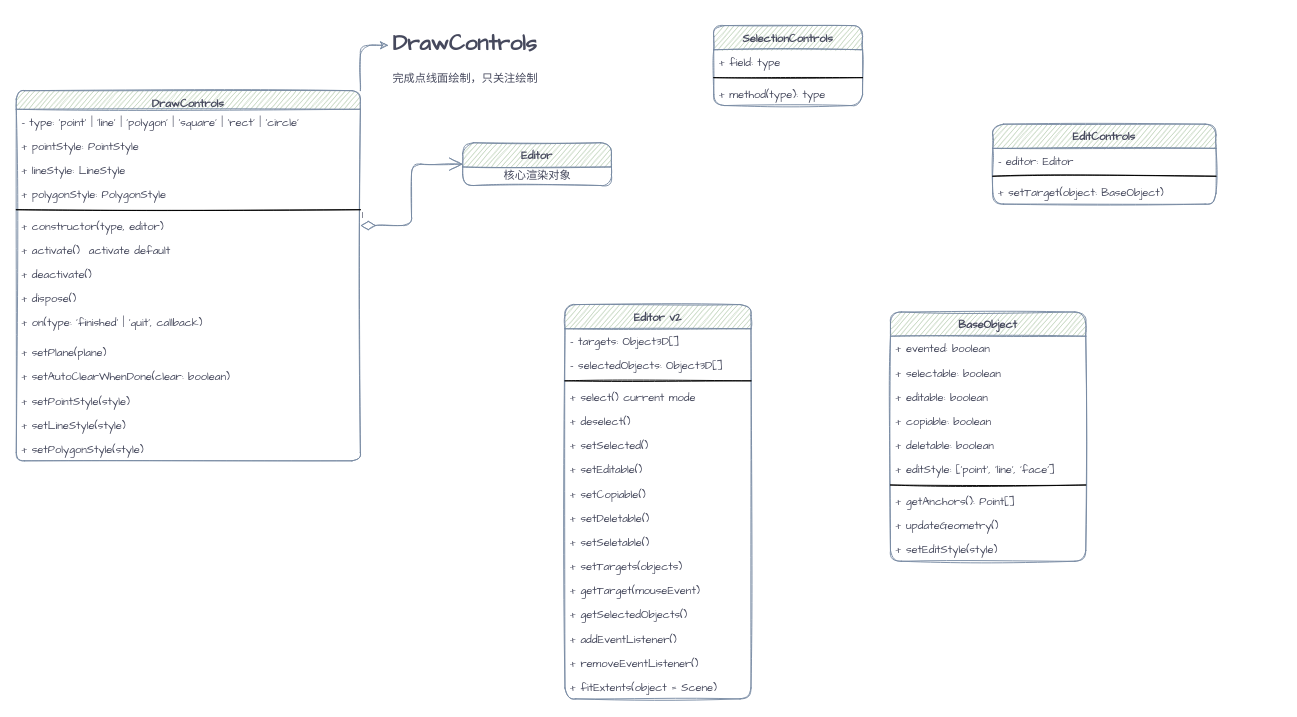
liuxinqiong/drawio keeps this draw.io diagram as page "第 2 页" (2 of 3) of 绘制区间线.drawio. Above is the earlier version. Source tidied: cells renumbered, new cells numbered last; positions are measured from the earlier drawing's top-left corner, leaving out a move shared by most shapes. Both pictures are drawn from the tidied source at 93%, with x=0, y=0 at pixel (16, 25).
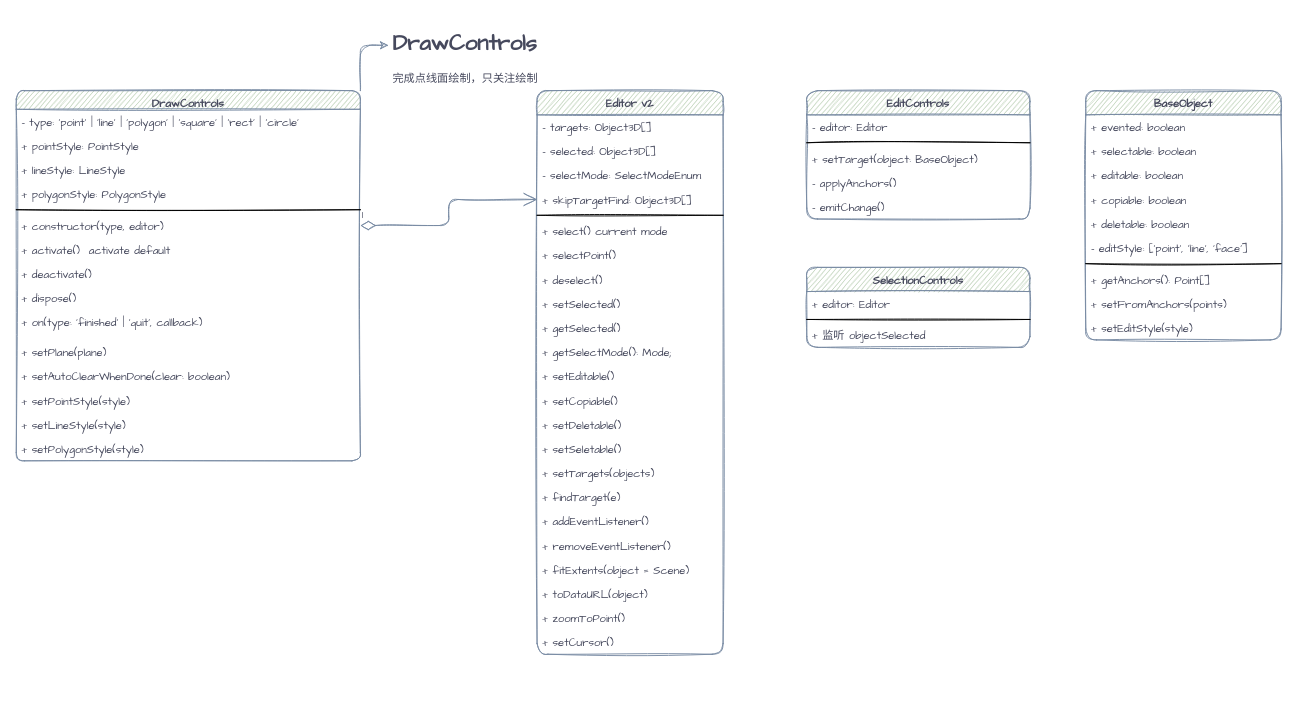
Above is the later version.

Commit message:
更新绘制区间线.drawio

The change refers to these unchanged cells:
```xml
<mxCell id="9" value="+ constructor(type, editor)" style="text;strokeColor=none;fillColor=none;align=left;verticalAlign=top;spacingLeft=4;spacingRight=4;overflow=hidden;points=[[0,0.5],[1,0.5]];portConstraint=eastwest;rounded=1;sketch=1;fontFamily=Comic Sans MS;fontColor=#46495D;" parent="3" vertex="1">
  <mxGeometry y="132" width="370" height="26" as="geometry" />
</mxCell>
```

The edit, as a diff of the source:
```diff
@@
-    <mxCell id="20" value="1" style="endArrow=open;html=1;endSize=12;startArrow=diamondThin;startSize=14;startFill=0;edgeStyle=orthogonalEdgeStyle;align=left;verticalAlign=bottom;rounded=1;sketch=1;fontFamily=Comic Sans MS;fontColor=#46495D;strokeColor=#788AA3;fillColor=#B2C9AB;curved=0;exitX=1;exitY=0.5;exitDx=0;exitDy=0;entryX=0;entryY=0.5;entryDx=0;entryDy=0;" parent="1" edge="1" source="9" target="21">
+    <mxCell id="20" value="1" style="endArrow=open;html=1;endSize=12;startArrow=diamondThin;startSize=14;startFill=0;edgeStyle=orthogonalEdgeStyle;align=left;verticalAlign=bottom;rounded=1;sketch=1;fontFamily=Comic Sans MS;fontColor=#46495D;strokeColor=#788AA3;fillColor=#B2C9AB;curved=0;exitX=1;exitY=0.5;exitDx=0;exitDy=0;entryX=0;entryY=0.5;entryDx=0;entryDy=0;" parent="1" edge="1" source="9" target="60">
       <mxGeometry x="-1" y="3" relative="1" as="geometry" />
     </mxCell>
-    <mxCell id="21" value="Editor" style="swimlane;fontStyle=1;align=center;verticalAlign=top;horizontal=1;startSize=26;rounded=1;sketch=1;fontFamily=Comic Sans MS;fontColor=#46495D;strokeColor=#788AA3;fillColor=#B2C9AB;" parent="1" vertex="1">
-      <mxGeometry x="480" y="126" width="160" height="46" as="geometry" />
-    </mxCell>
-    <mxCell id="22" value="核心渲染对象" style="text;html=1;align=center;verticalAlign=middle;strokeColor=none;fillColor=none;fontFamily=Comic Sans MS;fontColor=#46495D;" parent="21" vertex="1">
-      <mxGeometry y="26" width="160" height="20" as="geometry" />
-    </mxCell>
     <mxCell id="23" value="SelectionControls" style="swimlane;fontStyle=1;align=center;verticalAlign=top;horizontal=1;startSize=26;rounded=1;sketch=1;fontFamily=Comic Sans MS;fontColor=#46495D;strokeColor=#788AA3;fillColor=#B2C9AB;" parent="1" vertex="1">
-      <mxGeometry x="750" width="160" height="86" as="geometry" />
+      <mxGeometry x="850" y="260" width="240" height="86" as="geometry" />
     </mxCell>
-    <mxCell id="24" value="+ field: type" style="text;strokeColor=none;fillColor=none;align=left;verticalAlign=top;spacingLeft=4;spacingRight=4;overflow=hidden;rounded=1;sketch=1;fontFamily=Comic Sans MS;fontColor=#46495D;" parent="23" vertex="1">
-      <mxGeometry y="26" width="160" height="26" as="geometry" />
+    <mxCell id="24" value="+ editor: Editor" style="text;strokeColor=none;fillColor=none;align=left;verticalAlign=top;spacingLeft=4;spacingRight=4;overflow=hidden;rounded=1;sketch=1;fontFamily=Comic Sans MS;fontColor=#46495D;" parent="23" vertex="1">
+      <mxGeometry y="26" width="240" height="26" as="geometry" />
     </mxCell>
     <mxCell id="25" style="line;strokeWidth=1;fillColor=none;align=left;verticalAlign=middle;spacingTop=-1;spacingLeft=3;spacingRight=3;labelPosition=right;rounded=1;sketch=1;fontFamily=Comic Sans MS;fontColor=#46495D;" parent="23" vertex="1">
-      <mxGeometry y="52" width="160" height="8" as="geometry" />
+      <mxGeometry y="52" width="240" height="8" as="geometry" />
     </mxCell>
-    <mxCell id="26" value="+ method(type): type" style="text;strokeColor=none;fillColor=none;align=left;verticalAlign=top;spacingLeft=4;spacingRight=4;overflow=hidden;rounded=1;sketch=1;fontFamily=Comic Sans MS;fontColor=#46495D;" parent="23" vertex="1">
-      <mxGeometry y="60" width="160" height="26" as="geometry" />
+    <mxCell id="26" value="+ 监听 objectSelected" style="text;strokeColor=none;fillColor=none;align=left;verticalAlign=top;spacingLeft=4;spacingRight=4;overflow=hidden;rounded=1;sketch=1;fontFamily=Comic Sans MS;fontColor=#46495D;" parent="23" vertex="1">
+      <mxGeometry y="60" width="240" height="26" as="geometry" />
     </mxCell>
     <mxCell id="27" value="Editor v2" style="swimlane;fontStyle=1;align=center;verticalAlign=top;horizontal=1;startSize=26;rounded=1;sketch=1;fontFamily=Comic Sans MS;fontColor=#46495D;strokeColor=#788AA3;fillColor=#B2C9AB;" parent="1" vertex="1">
-      <mxGeometry x="590" y="300" width="200" height="424" as="geometry" />
+      <mxGeometry x="560" y="70" width="200" height="606" as="geometry" />
     </mxCell>
@@
-    <mxCell id="29" value="- selectedObjects: Object3D[]" style="text;strokeColor=none;fillColor=none;align=left;verticalAlign=top;spacingLeft=4;spacingRight=4;overflow=hidden;rounded=1;sketch=1;fontFamily=Comic Sans MS;fontColor=#46495D;" parent="27" vertex="1">
+    <mxCell id="29" value="- selected: Object3D[]" style="text;strokeColor=none;fillColor=none;align=left;verticalAlign=top;spacingLeft=4;spacingRight=4;overflow=hidden;rounded=1;sketch=1;fontFamily=Comic Sans MS;fontColor=#46495D;" parent="27" vertex="1">
       <mxGeometry y="52" width="200" height="26" as="geometry" />
     </mxCell>
+    <mxCell id="59" value="- selectMode: SelectModeEnum" style="text;strokeColor=none;fillColor=none;align=left;verticalAlign=top;spacingLeft=4;spacingRight=4;overflow=hidden;rounded=1;sketch=1;fontFamily=Comic Sans MS;fontColor=#46495D;" parent="27" vertex="1">
+      <mxGeometry y="78" width="200" height="26" as="geometry" />
+    </mxCell>
+    <mxCell id="60" value="+ skipTargetFind: Object3D[]" style="text;strokeColor=none;fillColor=none;align=left;verticalAlign=top;spacingLeft=4;spacingRight=4;overflow=hidden;points=[[0,0.5],[1,0.5]];portConstraint=eastwest;rounded=1;sketch=1;fontFamily=Comic Sans MS;fontColor=#46495D;" parent="27" vertex="1">
+      <mxGeometry y="104" width="200" height="26" as="geometry" />
+    </mxCell>
     <mxCell id="30" style="line;strokeWidth=1;fillColor=none;align=left;verticalAlign=middle;spacingTop=-1;spacingLeft=3;spacingRight=3;labelPosition=right;rounded=1;sketch=1;fontFamily=Comic Sans MS;fontColor=#46495D;" parent="27" vertex="1">
-      <mxGeometry y="78" width="200" height="8" as="geometry" />
+      <mxGeometry y="130" width="200" height="8" as="geometry" />
     </mxCell>
     <mxCell id="31" value="+ select() current mode" style="text;strokeColor=none;fillColor=none;align=left;verticalAlign=top;spacingLeft=4;spacingRight=4;overflow=hidden;rounded=1;sketch=1;fontFamily=Comic Sans MS;fontColor=#46495D;" parent="27" vertex="1">
-      <mxGeometry y="86" width="200" height="26" as="geometry" />
+      <mxGeometry y="138" width="200" height="26" as="geometry" />
     </mxCell>
+    <mxCell id="61" value="+ selectPoint()" style="text;strokeColor=none;fillColor=none;align=left;verticalAlign=top;spacingLeft=4;spacingRight=4;overflow=hidden;rounded=1;sketch=1;fontFamily=Comic Sans MS;fontColor=#46495D;" parent="27" vertex="1">
+      <mxGeometry y="164" width="200" height="26" as="geometry" />
+    </mxCell>
     <mxCell id="32" value="+ deselect()" style="text;strokeColor=none;fillColor=none;align=left;verticalAlign=top;spacingLeft=4;spacingRight=4;overflow=hidden;rounded=1;sketch=1;fontFamily=Comic Sans MS;fontColor=#46495D;" parent="27" vertex="1">
-      <mxGeometry y="112" width="200" height="26" as="geometry" />
+      <mxGeometry y="190" width="200" height="26" as="geometry" />
     </mxCell>
     <mxCell id="33" value="+ setSelected()" style="text;strokeColor=none;fillColor=none;align=left;verticalAlign=top;spacingLeft=4;spacingRight=4;overflow=hidden;rounded=1;sketch=1;fontFamily=Comic Sans MS;fontColor=#46495D;" parent="27" vertex="1">
-      <mxGeometry y="138" width="200" height="26" as="geometry" />
+      <mxGeometry y="216" width="200" height="26" as="geometry" />
     </mxCell>
+    <mxCell id="40" value="+ getSelected()" style="text;strokeColor=none;fillColor=none;align=left;verticalAlign=top;spacingLeft=4;spacingRight=4;overflow=hidden;rounded=1;sketch=1;fontFamily=Comic Sans MS;fontColor=#46495D;" parent="27" vertex="1">
+      <mxGeometry y="242" width="200" height="26" as="geometry" />
+    </mxCell>
+    <mxCell id="62" value="+ getSelectMode(): Mode;" style="text;strokeColor=none;fillColor=none;align=left;verticalAlign=top;spacingLeft=4;spacingRight=4;overflow=hidden;rounded=1;sketch=1;fontFamily=Comic Sans MS;fontColor=#46495D;" parent="27" vertex="1">
+      <mxGeometry y="268" width="200" height="26" as="geometry" />
+    </mxCell>
     <mxCell id="34" value="+ setEditable()" style="text;strokeColor=none;fillColor=none;align=left;verticalAlign=top;spacingLeft=4;spacingRight=4;overflow=hidden;rounded=1;sketch=1;fontFamily=Comic Sans MS;fontColor=#46495D;" parent="27" vertex="1">
-      <mxGeometry y="164" width="200" height="26" as="geometry" />
+      <mxGeometry y="294" width="200" height="26" as="geometry" />
     </mxCell>
     <mxCell id="35" value="+ setCopiable()" style="text;strokeColor=none;fillColor=none;align=left;verticalAlign=top;spacingLeft=4;spacingRight=4;overflow=hidden;rounded=1;sketch=1;fontFamily=Comic Sans MS;fontColor=#46495D;" parent="27" vertex="1">
-      <mxGeometry y="190" width="200" height="26" as="geometry" />
+      <mxGeometry y="320" width="200" height="26" as="geometry" />
     </mxCell>
     <mxCell id="36" value="+ setDeletable()" style="text;strokeColor=none;fillColor=none;align=left;verticalAlign=top;spacingLeft=4;spacingRight=4;overflow=hidden;rounded=1;sketch=1;fontFamily=Comic Sans MS;fontColor=#46495D;" parent="27" vertex="1">
-      <mxGeometry y="216" width="200" height="26" as="geometry" />
+      <mxGeometry y="346" width="200" height="26" as="geometry" />
     </mxCell>
     <mxCell id="37" value="+ setSeletable()" style="text;strokeColor=none;fillColor=none;align=left;verticalAlign=top;spacingLeft=4;spacingRight=4;overflow=hidden;rounded=1;sketch=1;fontFamily=Comic Sans MS;fontColor=#46495D;" parent="27" vertex="1">
-      <mxGeometry y="242" width="200" height="26" as="geometry" />
+      <mxGeometry y="372" width="200" height="26" as="geometry" />
     </mxCell>
     <mxCell id="38" value="+ setTargets(objects)" style="text;strokeColor=none;fillColor=none;align=left;verticalAlign=top;spacingLeft=4;spacingRight=4;overflow=hidden;rounded=1;sketch=1;fontFamily=Comic Sans MS;fontColor=#46495D;" parent="27" vertex="1">
-      <mxGeometry y="268" width="200" height="26" as="geometry" />
+      <mxGeometry y="398" width="200" height="26" as="geometry" />
     </mxCell>
-    <mxCell id="39" value="+ getTarget(mouseEvent)" style="text;strokeColor=none;fillColor=none;align=left;verticalAlign=top;spacingLeft=4;spacingRight=4;overflow=hidden;rounded=1;sketch=1;fontFamily=Comic Sans MS;fontColor=#46495D;" parent="27" vertex="1">
-      <mxGeometry y="294" width="200" height="26" as="geometry" />
+    <mxCell id="39" value="+ findTarget(e)" style="text;strokeColor=none;fillColor=none;align=left;verticalAlign=top;spacingLeft=4;spacingRight=4;overflow=hidden;rounded=1;sketch=1;fontFamily=Comic Sans MS;fontColor=#46495D;" parent="27" vertex="1">
+      <mxGeometry y="424" width="200" height="26" as="geometry" />
     </mxCell>
-    <mxCell id="40" value="+ getSelectedObjects()" style="text;strokeColor=none;fillColor=none;align=left;verticalAlign=top;spacingLeft=4;spacingRight=4;overflow=hidden;rounded=1;sketch=1;fontFamily=Comic Sans MS;fontColor=#46495D;" parent="27" vertex="1">
-      <mxGeometry y="320" width="200" height="26" as="geometry" />
-    </mxCell>
     <mxCell id="41" value="+ addEventListener()" style="text;strokeColor=none;fillColor=none;align=left;verticalAlign=top;spacingLeft=4;spacingRight=4;overflow=hidden;rounded=1;sketch=1;fontFamily=Comic Sans MS;fontColor=#46495D;" parent="27" vertex="1">
-      <mxGeometry y="346" width="200" height="26" as="geometry" />
+      <mxGeometry y="450" width="200" height="26" as="geometry" />
     </mxCell>
     <mxCell id="42" value="+ removeEventListener()" style="text;strokeColor=none;fillColor=none;align=left;verticalAlign=top;spacingLeft=4;spacingRight=4;overflow=hidden;rounded=1;sketch=1;fontFamily=Comic Sans MS;fontColor=#46495D;" parent="27" vertex="1">
-      <mxGeometry y="372" width="200" height="26" as="geometry" />
+      <mxGeometry y="476" width="200" height="26" as="geometry" />
     </mxCell>
     <mxCell id="43" value="+ fitExtents(object = Scene)" style="text;strokeColor=none;fillColor=none;align=left;verticalAlign=top;spacingLeft=4;spacingRight=4;overflow=hidden;rounded=1;sketch=1;fontFamily=Comic Sans MS;fontColor=#46495D;" parent="27" vertex="1">
-      <mxGeometry y="398" width="200" height="26" as="geometry" />
+      <mxGeometry y="502" width="200" height="26" as="geometry" />
     </mxCell>
+    <mxCell id="63" value="+ toDataURL(object)" style="text;strokeColor=none;fillColor=none;align=left;verticalAlign=top;spacingLeft=4;spacingRight=4;overflow=hidden;rounded=1;sketch=1;fontFamily=Comic Sans MS;fontColor=#46495D;" parent="27" vertex="1">
+      <mxGeometry y="528" width="200" height="26" as="geometry" />
+    </mxCell>
+    <mxCell id="64" value="+ zoomToPoint()" style="text;strokeColor=none;fillColor=none;align=left;verticalAlign=top;spacingLeft=4;spacingRight=4;overflow=hidden;rounded=1;sketch=1;fontFamily=Comic Sans MS;fontColor=#46495D;" parent="27" vertex="1">
+      <mxGeometry y="554" width="200" height="26" as="geometry" />
+    </mxCell>
+    <mxCell id="65" value="+ setCursor()" style="text;strokeColor=none;fillColor=none;align=left;verticalAlign=top;spacingLeft=4;spacingRight=4;overflow=hidden;rounded=1;sketch=1;fontFamily=Comic Sans MS;fontColor=#46495D;" parent="27" vertex="1">
+      <mxGeometry y="580" width="200" height="26" as="geometry" />
+    </mxCell>
     <mxCell id="44" value="BaseObject" style="swimlane;fontStyle=1;align=center;verticalAlign=top;horizontal=1;startSize=26;rounded=1;sketch=1;fontFamily=Comic Sans MS;fontColor=#46495D;strokeColor=#788AA3;fillColor=#B2C9AB;" parent="1" vertex="1">
-      <mxGeometry x="940" y="308" width="210" height="268" as="geometry" />
+      <mxGeometry x="1150" y="70" width="210" height="268" as="geometry" />
     </mxCell>
@@
-    <mxCell id="50" value="+ editStyle: ['point', 'line', 'face']" style="text;strokeColor=none;fillColor=none;align=left;verticalAlign=top;spacingLeft=4;spacingRight=4;overflow=hidden;rounded=1;sketch=1;fontFamily=Comic Sans MS;fontColor=#46495D;" parent="44" vertex="1">
+    <mxCell id="50" value="- editStyle: ['point', 'line', 'face']" style="text;strokeColor=none;fillColor=none;align=left;verticalAlign=top;spacingLeft=4;spacingRight=4;overflow=hidden;rounded=1;sketch=1;fontFamily=Comic Sans MS;fontColor=#46495D;" parent="44" vertex="1">
       <mxGeometry y="156" width="210" height="26" as="geometry" />
     </mxCell>
@@
-    <mxCell id="53" value="+ updateGeometry()" style="text;strokeColor=none;fillColor=none;align=left;verticalAlign=top;spacingLeft=4;spacingRight=4;overflow=hidden;rounded=1;sketch=1;fontFamily=Comic Sans MS;fontColor=#46495D;" parent="44" vertex="1">
+    <mxCell id="53" value="+ setFromAnchors(points)" style="text;strokeColor=none;fillColor=none;align=left;verticalAlign=top;spacingLeft=4;spacingRight=4;overflow=hidden;rounded=1;sketch=1;fontFamily=Comic Sans MS;fontColor=#46495D;" parent="44" vertex="1">
       <mxGeometry y="216" width="210" height="26" as="geometry" />
     </mxCell>
@@
     <mxCell id="55" value="EditControls" style="swimlane;fontStyle=1;align=center;verticalAlign=top;horizontal=1;startSize=26;rounded=1;sketch=1;fontFamily=Comic Sans MS;fontColor=#46495D;strokeColor=#788AA3;fillColor=#B2C9AB;" parent="1" vertex="1">
-      <mxGeometry x="1050" y="106" width="240" height="86" as="geometry" />
+      <mxGeometry x="850" y="70" width="240" height="138" as="geometry" />
     </mxCell>
@@
+    <mxCell id="66" value="- applyAnchors()" style="text;strokeColor=none;fillColor=none;align=left;verticalAlign=top;spacingLeft=4;spacingRight=4;overflow=hidden;rounded=1;sketch=1;fontFamily=Comic Sans MS;fontColor=#46495D;" parent="55" vertex="1">
+      <mxGeometry y="86" width="240" height="26" as="geometry" />
+    </mxCell>
+    <mxCell id="67" value="- emitChange()" style="text;strokeColor=none;fillColor=none;align=left;verticalAlign=top;spacingLeft=4;spacingRight=4;overflow=hidden;rounded=1;sketch=1;fontFamily=Comic Sans MS;fontColor=#46495D;" parent="55" vertex="1">
+      <mxGeometry y="112" width="240" height="26" as="geometry" />
+    </mxCell>
```
